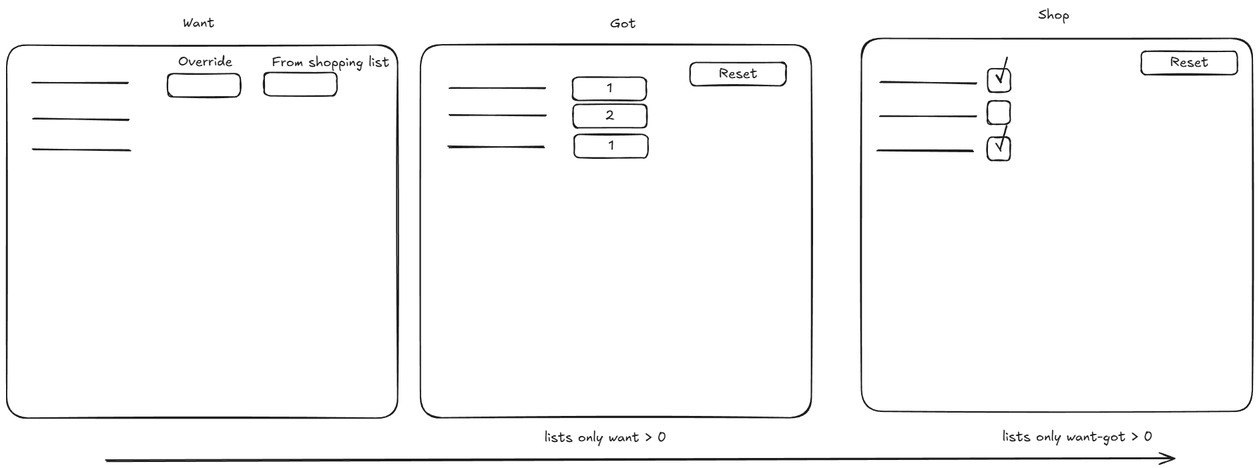
The Excalidraw diagram doc/shopping.excalidraw.png in chrisjpalmer/shoppinglist, before a commit. Source tidied: one line per element, renumbered; positions are measured from the earlier drawing's top-left corner, leaving out a move shared by most shapes. The source it was exported from:
```json
{"id": 0, "type": "rectangle", "strokeColor": "#1e1e1e", "strokeWidth": 2, "roughness": 1, "round": true, "x": 620, "y": 57, "width": 586, "height": 559}
{"id": 1, "type": "rectangle", "strokeColor": "#1e1e1e", "strokeWidth": 2, "roughness": 1, "round": true, "x": 0, "y": 58, "width": 586, "height": 559}
{"id": 2, "type": "rectangle", "strokeColor": "#1e1e1e", "strokeWidth": 2, "roughness": 1, "round": true, "x": 1280, "y": 48, "width": 586, "height": 559}
{"id": 3, "type": "line", "strokeColor": "#1e1e1e", "strokeWidth": 2, "roughness": 1, "round": true, "x": 663, "y": 121, "width": 144, "height": 1, "points": [[0, 0], [144, 1]]}
{"id": 4, "type": "line", "strokeColor": "#1e1e1e", "strokeWidth": 2, "roughness": 1, "round": true, "x": 664, "y": 162, "width": 144, "height": 1, "points": [[0, 0], [144, 1]]}
{"id": 5, "type": "line", "strokeColor": "#1e1e1e", "strokeWidth": 2, "roughness": 1, "round": true, "x": 662, "y": 210, "width": 144, "height": 1, "points": [[0, 0], [144, 1]]}
{"id": 6, "type": "text", "text": "Shop", "strokeColor": "#1e1e1e", "strokeWidth": 2, "roughness": 1, "fontSize": 20, "fontFamily": 5, "x": 1545, "y": 0, "width": 47, "height": 25}
{"id": 7, "type": "text", "text": "Want", "strokeColor": "#1e1e1e", "strokeWidth": 2, "roughness": 1, "fontSize": 20, "fontFamily": 5, "x": 264, "y": 12, "width": 48, "height": 25}
{"id": 8, "type": "text", "text": "Got", "strokeColor": "#1e1e1e", "strokeWidth": 2, "roughness": 1, "fontSize": 20, "fontFamily": 5, "x": 904, "y": 13, "width": 39, "height": 25}
{"id": 9, "type": "rectangle", "strokeColor": "#1e1e1e", "strokeWidth": 2, "roughness": 1, "round": true, "x": 1024, "y": 84, "width": 144, "height": 35}
{"id": 10, "type": "text", "text": "Reset", "strokeColor": "#1e1e1e", "strokeWidth": 2, "roughness": 1, "fontSize": 20, "fontFamily": 5, "textAlign": "center", "verticalAlign": "middle", "inside": 9, "x": 1067, "y": 89, "width": 58, "height": 25}
{"id": 11, "type": "rectangle", "strokeColor": "#1e1e1e", "strokeWidth": 2, "roughness": 1, "round": true, "x": 850, "y": 191, "width": 110, "height": 35}
{"id": 12, "type": "text", "text": "1", "strokeColor": "#1e1e1e", "strokeWidth": 2, "roughness": 1, "fontSize": 20, "fontFamily": 5, "textAlign": "center", "verticalAlign": "middle", "inside": 11, "x": 901, "y": 196, "width": 9, "height": 25}
{"id": 13, "type": "rectangle", "strokeColor": "#1e1e1e", "strokeWidth": 2, "roughness": 1, "round": true, "x": 849, "y": 146, "width": 110, "height": 35}
{"id": 14, "type": "text", "text": "2", "strokeColor": "#1e1e1e", "strokeWidth": 2, "roughness": 1, "fontSize": 20, "fontFamily": 5, "textAlign": "center", "verticalAlign": "middle", "inside": 13, "x": 897, "y": 151, "width": 14, "height": 25}
{"id": 15, "type": "rectangle", "strokeColor": "#1e1e1e", "strokeWidth": 2, "roughness": 1, "round": true, "x": 848, "y": 106, "width": 110, "height": 35}
{"id": 16, "type": "text", "text": "1", "strokeColor": "#1e1e1e", "strokeWidth": 2, "roughness": 1, "fontSize": 20, "fontFamily": 5, "textAlign": "center", "verticalAlign": "middle", "inside": 15, "x": 899, "y": 111, "width": 9, "height": 25}
{"id": 17, "type": "line", "strokeColor": "#1e1e1e", "strokeWidth": 2, "roughness": 1, "round": true, "x": 38, "y": 113, "width": 144, "height": 1, "points": [[0, 0], [144, 1]]}
{"id": 18, "type": "line", "strokeColor": "#1e1e1e", "strokeWidth": 2, "roughness": 1, "round": true, "x": 39, "y": 167, "width": 144, "height": 2, "points": [[0, 0], [144, 2]]}
{"id": 19, "type": "line", "strokeColor": "#1e1e1e", "strokeWidth": 2, "roughness": 1, "round": true, "x": 40, "y": 214, "width": 144, "height": 2, "points": [[0, 0], [144, 2]]}
{"id": 20, "type": "rectangle", "strokeColor": "#1e1e1e", "strokeWidth": 2, "roughness": 1, "round": true, "x": 1700, "y": 67, "width": 144, "height": 35}
{"id": 21, "type": "text", "text": "Reset", "strokeColor": "#1e1e1e", "strokeWidth": 2, "roughness": 1, "fontSize": 20, "fontFamily": 5, "textAlign": "center", "verticalAlign": "middle", "inside": 20, "x": 1743, "y": 72, "width": 58, "height": 25}
{"id": 22, "type": "rectangle", "strokeColor": "#1e1e1e", "strokeWidth": 2, "roughness": 1, "round": true, "x": 241, "y": 100, "width": 109, "height": 35}
{"id": 23, "type": "text", "text": "Override", "strokeColor": "#1e1e1e", "strokeWidth": 2, "roughness": 1, "fontSize": 20, "fontFamily": 5, "x": 257, "y": 70, "width": 81, "height": 25}
{"id": 24, "type": "rectangle", "strokeColor": "#1e1e1e", "strokeWidth": 2, "roughness": 1, "round": true, "x": 386, "y": 99, "width": 109, "height": 35}
{"id": 25, "type": "text", "text": "From shopping list", "strokeColor": "#1e1e1e", "strokeWidth": 2, "roughness": 1, "fontSize": 20, "fontFamily": 5, "x": 397, "y": 71, "width": 176, "height": 25}
{"id": 26, "type": "line", "strokeColor": "#1e1e1e", "strokeWidth": 2, "roughness": 1, "round": true, "x": 1309, "y": 114, "width": 144, "height": 1, "points": [[0, 0], [144, 1]]}
{"id": 27, "type": "line", "strokeColor": "#1e1e1e", "strokeWidth": 2, "roughness": 1, "round": true, "x": 1309, "y": 164, "width": 144, "height": 1, "points": [[0, 0], [144, 1]]}
{"id": 28, "type": "line", "strokeColor": "#1e1e1e", "strokeWidth": 2, "roughness": 1, "round": true, "x": 1304, "y": 215, "width": 144, "height": 1, "points": [[0, 0], [144, 1]]}
{"id": 29, "type": "rectangle", "strokeColor": "#1e1e1e", "strokeWidth": 2, "roughness": 1, "round": true, "x": 1470, "y": 93, "width": 34, "height": 35}
{"id": 30, "type": "line", "strokeColor": "#1e1e1e", "strokeWidth": 2, "roughness": 1, "round": true, "x": 1482, "y": 103, "width": 7, "height": 11, "points": [[0, 0], [7, 11]]}
{"id": 31, "type": "line", "strokeColor": "#1e1e1e", "strokeWidth": 2, "roughness": 1, "round": true, "x": 1489, "y": 111, "width": 10, "height": 35, "points": [[0, 0], [10, -35]]}
{"id": 32, "type": "rectangle", "strokeColor": "#1e1e1e", "strokeWidth": 2, "roughness": 1, "round": true, "x": 1469, "y": 195, "width": 34, "height": 35}
{"id": 33, "type": "line", "strokeColor": "#1e1e1e", "strokeWidth": 2, "roughness": 1, "round": true, "x": 1482, "y": 205, "width": 7, "height": 11, "points": [[0, 0], [7, 11]]}
{"id": 34, "type": "line", "strokeColor": "#1e1e1e", "strokeWidth": 2, "roughness": 1, "round": true, "x": 1488, "y": 213, "width": 10, "height": 35, "points": [[0, 0], [10, -35]]}
{"id": 35, "type": "rectangle", "strokeColor": "#1e1e1e", "strokeWidth": 2, "roughness": 1, "round": true, "x": 1469, "y": 141, "width": 34, "height": 35}
{"id": 36, "type": "arrow", "strokeColor": "#1e1e1e", "strokeWidth": 2, "roughness": 1, "endArrowhead": "arrow", "round": true, "x": 149, "y": 680, "width": 1600, "height": 3, "points": [[0, 0], [1600, -3]]}
{"id": 37, "type": "text", "text": "lists only want > 0", "strokeColor": "#1e1e1e", "strokeWidth": 2, "roughness": 1, "fontSize": 20, "fontFamily": 5, "x": 806, "y": 634, "width": 182, "height": 25}
{"id": 38, "type": "text", "text": "lists only want-got > 0", "strokeColor": "#1e1e1e", "strokeWidth": 2, "roughness": 1, "fontSize": 20, "fontFamily": 5, "x": 1492, "y": 633, "width": 225, "height": 25}
```
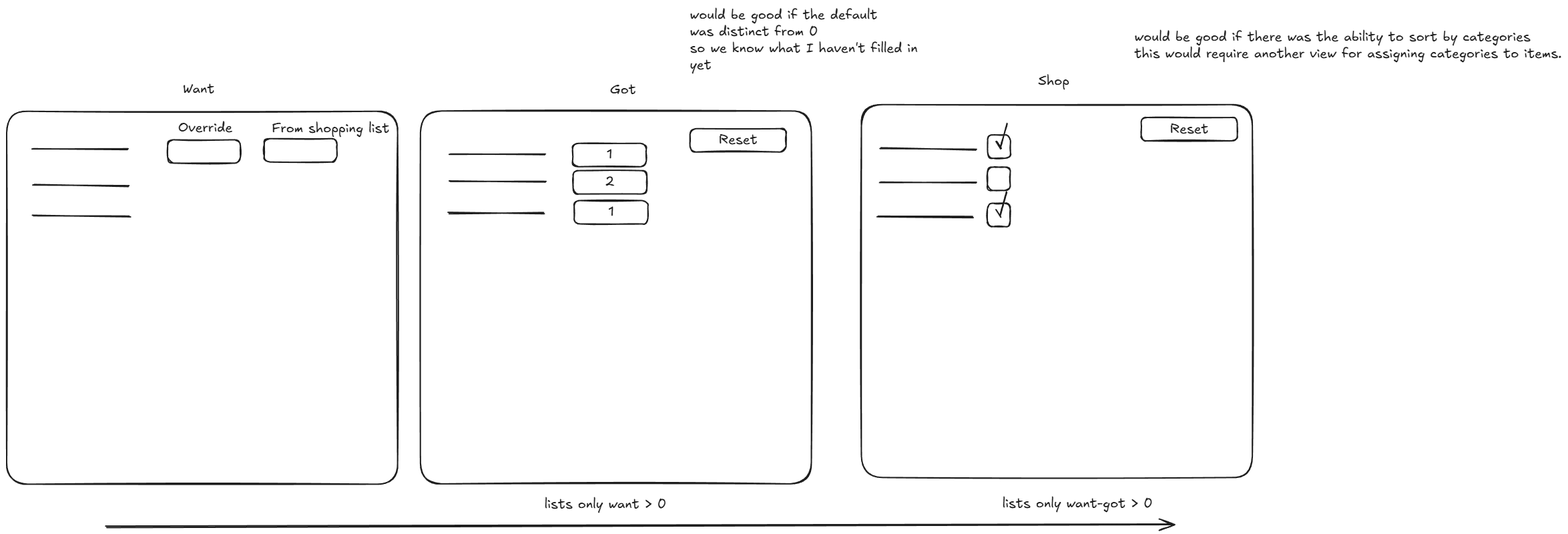
After the change.

The edit, as a diff of the source:
```diff
@@ -37,3 +37,5 @@
 {"id": 36, "type": "arrow", "strokeColor": "#1e1e1e", "strokeWidth": 2, "roughness": 1, "endArrowhead": "arrow", "round": true, "x": 149, "y": 680, "width": 1600, "height": 3, "points": [[0, 0], [1600, -3]]}
 {"id": 37, "type": "text", "text": "lists only want > 0", "strokeColor": "#1e1e1e", "strokeWidth": 2, "roughness": 1, "fontSize": 20, "fontFamily": 5, "x": 806, "y": 634, "width": 182, "height": 25}
 {"id": 38, "type": "text", "text": "lists only want-got > 0", "strokeColor": "#1e1e1e", "strokeWidth": 2, "roughness": 1, "fontSize": 20, "fontFamily": 5, "x": 1492, "y": 633, "width": 225, "height": 25}
+{"id": 39, "type": "text", "text": "would be good if the default\nwas distinct from 0\nso we know what I haven't filled in\nyet", "strokeColor": "#1e1e1e", "strokeWidth": 2, "roughness": 1, "fontSize": 20, "fontFamily": 5, "x": 1023, "y": -99, "width": 341, "height": 100}
+{"id": 40, "type": "text", "text": "would be good if there was the ability to sort by categories\nthis would require another view for assigning categories to items.", "strokeColor": "#1e1e1e", "strokeWidth": 2, "roughness": 1, "fontSize": 20, "fontFamily": 5, "x": 1689, "y": -66, "width": 640, "height": 50}
```
